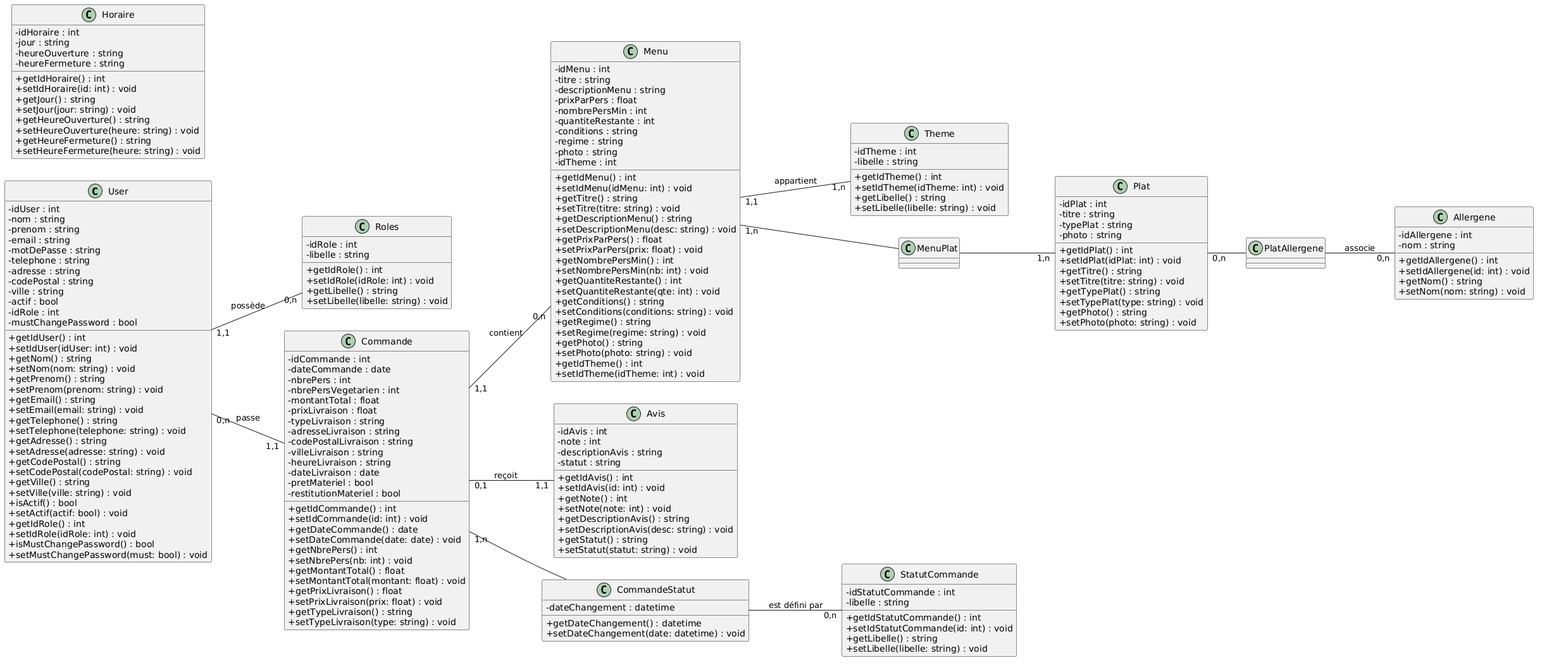
Jige06/vite-et-gourmand keeps this PlantUML diagram as docs/Diagramme de classes Vite et gourmand.png. Above is the earlier version.
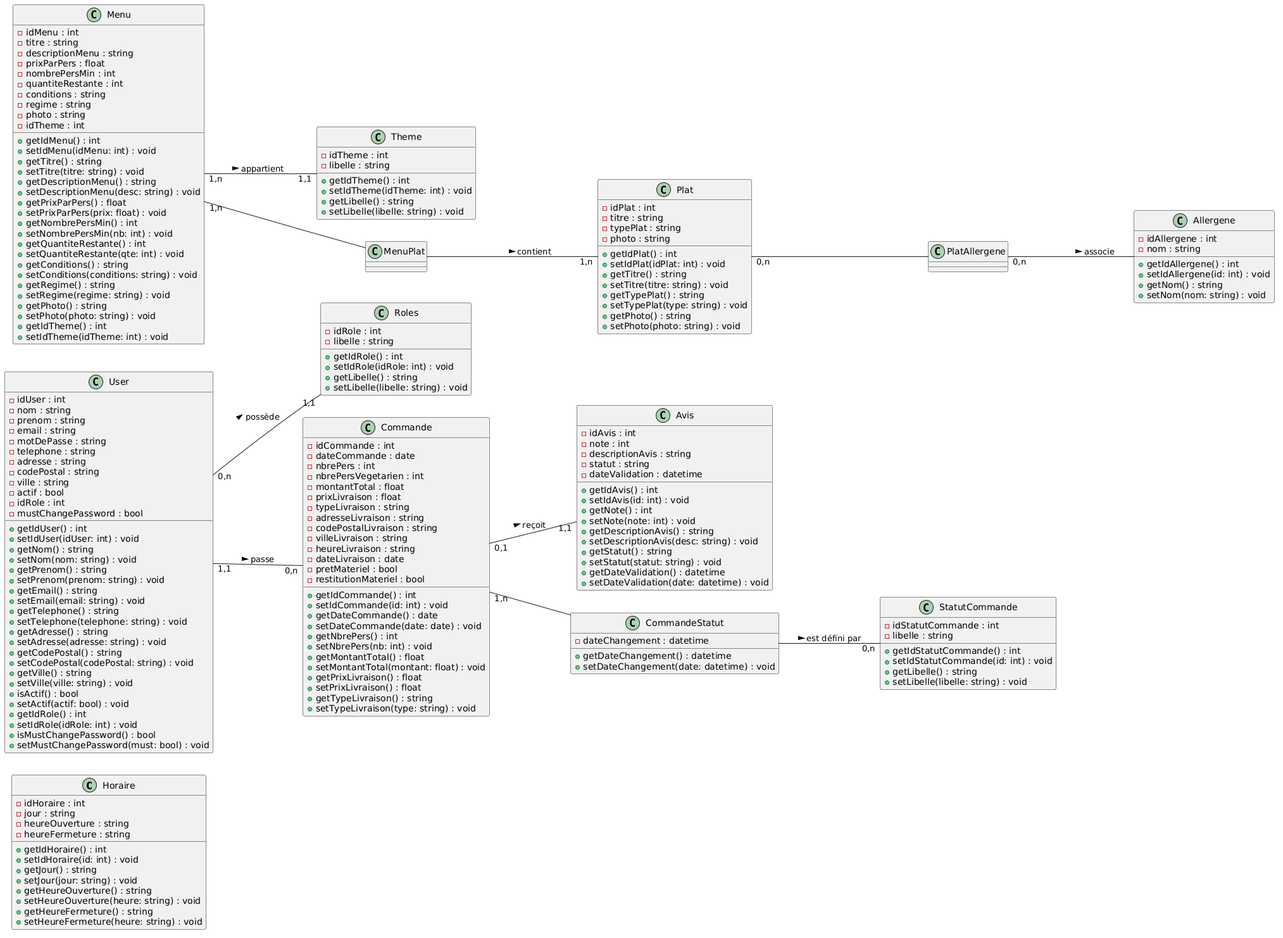
The same file after the commit.

Commit message:
docs: mise a jour du diagramme de classes et du MCD

Diff of the diagram source:
```diff
@@ -1,209 +1,206 @@
 @startuml
 left to right direction
-skinparam classAttributeIconSize 0
+class Horaire {
+  -idHoraire : int
+  -jour : string
+  -heureOuverture : string
+  -heureFermeture : string
+  +getIdHoraire() : int
+  +setIdHoraire(id: int) : void
+  +getJour() : string
+  +setJour(jour: string) : void
+  +getHeureOuverture() : string
+  +setHeureOuverture(heure: string) : void
+  +getHeureFermeture() : string
+  +setHeureFermeture(heure: string) : void
+}
+
 class User {
-  - idUser : int
-  - nom : string
-  - prenom : string
-  - email : string
-  - motDePasse : string
-  - telephone : string
-  - adresse : string
-  - codePostal : string
-  - ville : string
-  - actif : bool
-  - idRole : int
-  - mustChangePassword : bool
-  + getIdUser() : int
-  + setIdUser(idUser: int) : void
-  + getNom() : string
-  + setNom(nom: string) : void
-  + getPrenom() : string
-  + setPrenom(prenom: string) : void
-  + getEmail() : string
-  + setEmail(email: string) : void
-  + getTelephone() : string
-  + setTelephone(telephone: string) : void
-  + getAdresse() : string
-  + setAdresse(adresse: string) : void
-  + getCodePostal() : string
-  + setCodePostal(codePostal: string) : void
-  + getVille() : string
-  + setVille(ville: string) : void
-  + isActif() : bool
-  + setActif(actif: bool) : void
-  + getIdRole() : int
-  + setIdRole(idRole: int) : void
-  + isMustChangePassword() : bool
-  + setMustChangePassword(must: bool) : void
+  -idUser : int
+  -nom : string
+  -prenom : string
+  -email : string
+  -motDePasse : string
+  -telephone : string
+  -adresse : string
+  -codePostal : string
+  -ville : string
+  -actif : bool
+  -idRole : int
+  -mustChangePassword : bool
+  +getIdUser() : int
+  +setIdUser(idUser: int) : void
+  +getNom() : string
+  +setNom(nom: string) : void
+  +getPrenom() : string
+  +setPrenom(prenom: string) : void
+  +getEmail() : string
+  +setEmail(email: string) : void
+  +getTelephone() : string
+  +setTelephone(telephone: string) : void
+  +getAdresse() : string
+  +setAdresse(adresse: string) : void
+  +getCodePostal() : string
+  +setCodePostal(codePostal: string) : void
+  +getVille() : string
+  +setVille(ville: string) : void
+  +isActif() : bool
+  +setActif(actif: bool) : void
+  +getIdRole() : int
+  +setIdRole(idRole: int) : void
+  +isMustChangePassword() : bool
+  +setMustChangePassword(must: bool) : void
 }
 
 class Roles {
-  - idRole : int
-  - libelle : string
-  + getIdRole() : int
-  + setIdRole(idRole: int) : void
-  + getLibelle() : string
-  + setLibelle(libelle: string) : void
+  -idRole : int
+  -libelle : string
+  +getIdRole() : int
+  +setIdRole(idRole: int) : void
+  +getLibelle() : string
+  +setLibelle(libelle: string) : void
 }
 
 class Menu {
-  - idMenu : int
-  - titre : string
-  - descriptionMenu : string
-  - prixParPers : float
-  - nombrePersMin : int
-  - quantiteRestante : int
-  - conditions : string
-  - regime : string
-  - photo : string
-  - idTheme : int
-  + getIdMenu() : int
-  + setIdMenu(idMenu: int) : void
-  + getTitre() : string
-  + setTitre(titre: string) : void
-  + getDescriptionMenu() : string
-  + setDescriptionMenu(desc: string) : void
-  + getPrixParPers() : float
-  + setPrixParPers(prix: float) : void
-  + getNombrePersMin() : int
-  + setNombrePersMin(nb: int) : void
-  + getQuantiteRestante() : int
-  + setQuantiteRestante(qte: int) : void
-  + getConditions() : string
-  + setConditions(conditions: string) : void
-  + getRegime() : string
-  + setRegime(regime: string) : void
-  + getPhoto() : string
-  + setPhoto(photo: string) : void
-  + getIdTheme() : int
-  + setIdTheme(idTheme: int) : void
+  -idMenu : int
+  -titre : string
+  -descriptionMenu : string
+  -prixParPers : float
+  -nombrePersMin : int
+  -quantiteRestante : int
+  -conditions : string
+  -regime : string
+  -photo : string
+  -idTheme : int
+  +getIdMenu() : int
+  +setIdMenu(idMenu: int) : void
+  +getTitre() : string
+  +setTitre(titre: string) : void
+  +getDescriptionMenu() : string
+  +setDescriptionMenu(desc: string) : void
+  +getPrixParPers() : float
+  +setPrixParPers(prix: float) : void
+  +getNombrePersMin() : int
+  +setNombrePersMin(nb: int) : void
+  +getQuantiteRestante() : int
+  +setQuantiteRestante(qte: int) : void
+  +getConditions() : string
+  +setConditions(conditions: string) : void
+  +getRegime() : string
+  +setRegime(regime: string) : void
+  +getPhoto() : string
+  +setPhoto(photo: string) : void
+  +getIdTheme() : int
+  +setIdTheme(idTheme: int) : void
+}
+
+class Theme {
+  -idTheme : int
+  -libelle : string
+  +getIdTheme() : int
+  +setIdTheme(idTheme: int) : void
+  +getLibelle() : string
+  +setLibelle(libelle: string) : void
 }
 
 class Plat {
-  - idPlat : int
-  - titre : string
-  - typePlat : string
-  - photo : string
-  + getIdPlat() : int
-  + setIdPlat(idPlat: int) : void
-  + getTitre() : string
-  + setTitre(titre: string) : void
-  + getTypePlat() : string
-  + setTypePlat(type: string) : void
-  + getPhoto() : string
-  + setPhoto(photo: string) : void
+  -idPlat : int
+  -titre : string
+  -typePlat : string
+  -photo : string
+  +getIdPlat() : int
+  +setIdPlat(idPlat: int) : void
+  +getTitre() : string
+  +setTitre(titre: string) : void
+  +getTypePlat() : string
+  +setTypePlat(type: string) : void
+  +getPhoto() : string
+  +setPhoto(photo: string) : void
 }
 
 class Allergene {
-  - idAllergene : int
-  - nom : string
-  + getIdAllergene() : int
-  + setIdAllergene(id: int) : void
-  + getNom() : string
-  + setNom(nom: string) : void
-}
-
-class Theme {
-  - idTheme : int
-  - libelle : string
-  + getIdTheme() : int
-  + setIdTheme(idTheme: int) : void
-  + getLibelle() : string
-  + setLibelle(libelle: string) : void
+  -idAllergene : int
+  -nom : string
+  +getIdAllergene() : int
+  +setIdAllergene(id: int) : void
+  +getNom() : string
+  +setNom(nom: string) : void
 }
 
 class Commande {
-  - idCommande : int
-  - dateCommande : date
-  - nbrePers : int
-  - nbrePersVegetarien : int
-  - montantTotal : float
-  - prixLivraison : float
-  - typeLivraison : string
-  - adresseLivraison : string
-  - codePostalLivraison : string
-  - villeLivraison : string
-  - heureLivraison : string
-  - dateLivraison : date
-  - pretMateriel : bool
-  - restitutionMateriel : bool
-  + getIdCommande() : int
-  + setIdCommande(id: int) : void
-  + getDateCommande() : date
-  + setDateCommande(date: date) : void
-  + getNbrePers() : int
-  + setNbrePers(nb: int) : void
-  + getMontantTotal() : float
-  + setMontantTotal(montant: float) : void
-  + getPrixLivraison() : float
-  + setPrixLivraison(prix: float) : void
-  + getTypeLivraison() : string
-  + setTypeLivraison(type: string) : void
+  -idCommande : int
+  -dateCommande : date
+  -nbrePers : int
+  -nbrePersVegetarien : int
+  -montantTotal : float
+  -prixLivraison : float
+  -typeLivraison : string
+  -adresseLivraison : string
+  -codePostalLivraison : string
+  -villeLivraison : string
+  -heureLivraison : string
+  -dateLivraison : date
+  -pretMateriel : bool
+  -restitutionMateriel : bool
+  +getIdCommande() : int
+  +setIdCommande(id: int) : void
+  +getDateCommande() : date
+  +setDateCommande(date: date) : void
+  +getNbrePers() : int
+  +setNbrePers(nb: int) : void
+  +getMontantTotal() : float
+  +setMontantTotal(montant: float) : void
+  +getPrixLivraison() : float
+  +setPrixLivraison() : float
+  +getTypeLivraison() : string
+  +setTypeLivraison(type: string) : void
 }
 
 class Avis {
-  - idAvis : int
-  - note : int
-  - descriptionAvis : string
-  - statut : string
-  + getIdAvis() : int
-  + setIdAvis(id: int) : void
-  + getNote() : int
-  + setNote(note: int) : void
-  + getDescriptionAvis() : string
-  + setDescriptionAvis(desc: string) : void
-  + getStatut() : string
-  + setStatut(statut: string) : void
+  -idAvis : int
+  -note : int
+  -descriptionAvis : string
+  -statut : string
+  -dateValidation : datetime
+  +getIdAvis() : int
+  +setIdAvis(id: int) : void
+  +getNote() : int
+  +setNote(note: int) : void
+  +getDescriptionAvis() : string
+  +setDescriptionAvis(desc: string) : void
+  +getStatut() : string
+  +setStatut(statut: string) : void
+  +getDateValidation() : datetime
+  +setDateValidation(date: datetime) : void
+}
+
+class CommandeStatut {
+  -dateChangement : datetime
+  +getDateChangement() : datetime
+  +setDateChangement(date: datetime) : void
 }
 
 class StatutCommande {
-  - idStatutCommande : int
-  - libelle : string
-  + getIdStatutCommande() : int
-  + setIdStatutCommande(id: int) : void
-  + getLibelle() : string
-  + setLibelle(libelle: string) : void
+  -idStatutCommande : int
+  -libelle : string
+  +getIdStatutCommande() : int
+  +setIdStatutCommande(id: int) : void
+  +getLibelle() : string
+  +setLibelle(libelle: string) : void
 }
 
-class Horaire {
-  - idHoraire : int
-  - jour : string
-  - heureOuverture : string
-  - heureFermeture : string
-  + getIdHoraire() : int
-  + setIdHoraire(id: int) : void
-  + getJour() : string
-  + setJour(jour: string) : void
-  + getHeureOuverture() : string
-  + setHeureOuverture(heure: string) : void
-  + getHeureFermeture() : string
-  + setHeureFermeture(heure: string) : void
-}
+class MenuPlat {}
 
-class MenuPlat {
-}
+class PlatAllergene {}
 
-class CommandeStatut {
-  - dateChangement : datetime
-  + getDateChangement() : datetime
-  + setDateChangement(date: datetime) : void
-}
-
-class PlatAllergene {
-}
-
+User "0,n" -- "1,1" Roles : possède >
+User "1,1" -- "0,n" Commande : passe >
+Menu "1,n" -- MenuPlat
+MenuPlat -- "1,n" Plat : contient >
 Plat "0,n" -- PlatAllergene
-PlatAllergene -- "0,n" Allergene : associe
-
-Menu "1,n" -- MenuPlat
-MenuPlat -- "1,n" Plat
+PlatAllergene "0,n" -- Allergene : associe >
+Menu "1,n" -- "1,1" Theme : appartient >
+Commande "0,1" -- "1,1" Avis : reçoit >
 Commande "1,n" -- CommandeStatut
-CommandeStatut -- "0,n" StatutCommande : est défini par
-
-User "1,1" -- "0,n" Roles : possède
-User "0,n" -- "1,1" Commande : passe
-Menu "1,1" -- "1,n" Theme : appartient
-Commande "1,1" -- "0,n" Menu : contient
-Commande "0,1" -- "1,1" Avis : reçoit
+CommandeStatut -- "0,n" StatutCommande : est défini par >
 @enduml
```
